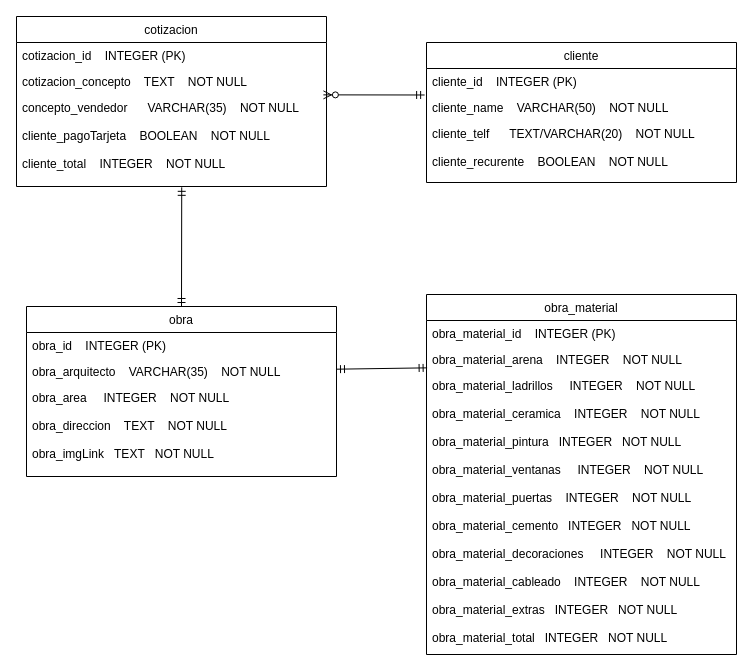
The draw.io diagram diagramas/bd_co_arqui.drawio in JMaycol-Valencia/cotizacion_arquitecto, before the edit. Source tidied: cells renumbered, new cells numbered last; positions are measured from the earlier drawing's top-left corner, leaving out a move shared by most shapes. Both pictures are drawn from the tidied source at 100%, with x=0, y=0 at pixel (16, 16).
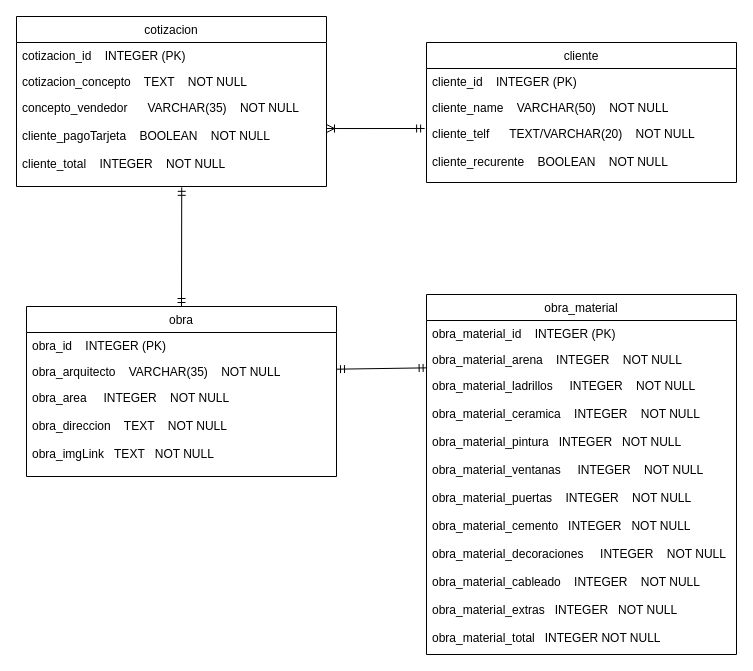
Above is the later version.

Commit message:
union_ramas

Unchanged cells that the change refers to:
```xml
<mxCell id="4" value="cliente_name    VARCHAR(50)    NOT NULL" style="text;strokeColor=none;fillColor=none;align=left;verticalAlign=top;spacingLeft=4;spacingRight=4;overflow=hidden;points=[[0,0.5],[1,0.5]];portConstraint=eastwest;" parent="2" vertex="1">
  <mxGeometry y="52" width="310" height="26" as="geometry" />
</mxCell>
<mxCell id="5" value="cliente_telf      TEXT/VARCHAR(20)    NOT NULL&#10;&#10;cliente_recurente    BOOLEAN    NOT NULL&#10;&#10;&#10;" style="text;strokeColor=none;fillColor=none;align=left;verticalAlign=top;spacingLeft=4;spacingRight=4;overflow=hidden;points=[[0,0.5],[1,0.5]];portConstraint=eastwest;" parent="2" vertex="1">
  <mxGeometry y="78" width="310" height="62" as="geometry" />
</mxCell>
<mxCell id="9" value="concepto_vendedor      VARCHAR(35)    NOT NULL&#10;&#10;cliente_pagoTarjeta    BOOLEAN    NOT NULL&#10;&#10;cliente_total    INTEGER    NOT NULL&#10;&#10;&#10;" style="text;strokeColor=none;fillColor=none;align=left;verticalAlign=top;spacingLeft=4;spacingRight=4;overflow=hidden;points=[[0,0.5],[1,0.5]];portConstraint=eastwest;" parent="6" vertex="1">
  <mxGeometry y="78" width="310" height="92" as="geometry" />
</mxCell>
<mxCell id="14" value="obra_material" style="swimlane;fontStyle=0;horizontal=1;startSize=26;fillColor=none;" parent="1" vertex="1">
  <mxGeometry x="410" y="278" width="310" height="360" as="geometry" />
</mxCell>
```

What changed in the source:
```diff
@@
-    <mxCell id="17" value="obra_material_ladrillos     INTEGER    NOT NULL&#10;&#10;obra_material_ceramica    INTEGER    NOT NULL&#10;&#10;obra_material_pintura   INTEGER   NOT NULL&#10;&#10;obra_material_ventanas     INTEGER    NOT NULL&#10;&#10;obra_material_puertas    INTEGER    NOT NULL&#10;&#10;obra_material_cemento   INTEGER   NOT NULL&#10;&#10;obra_material_decoraciones     INTEGER    NOT NULL&#10;&#10;obra_material_cableado    INTEGER    NOT NULL&#10;&#10;obra_material_extras   INTEGER   NOT NULL&#10;&#10;obra_material_total   INTEGER   NOT NULL&#10;&#10;&#10;&#10;&#10;&#10;" style="text;strokeColor=none;fillColor=none;align=left;verticalAlign=top;spacingLeft=4;spacingRight=4;overflow=hidden;" parent="14" vertex="1">
+    <mxCell id="17" value="obra_material_ladrillos     INTEGER    NOT NULL&#10;&#10;obra_material_ceramica    INTEGER    NOT NULL&#10;&#10;obra_material_pintura   INTEGER   NOT NULL&#10;&#10;obra_material_ventanas     INTEGER    NOT NULL&#10;&#10;obra_material_puertas    INTEGER    NOT NULL&#10;&#10;obra_material_cemento   INTEGER   NOT NULL&#10;&#10;obra_material_decoraciones     INTEGER    NOT NULL&#10;&#10;obra_material_cableado    INTEGER    NOT NULL&#10;&#10;obra_material_extras   INTEGER   NOT NULL&#10;&#10;obra_material_total   INTEGER NOT NULL&#10;&#10;&#10;&#10;&#10;&#10;" style="text;strokeColor=none;fillColor=none;align=left;verticalAlign=top;spacingLeft=4;spacingRight=4;overflow=hidden;" parent="14" vertex="1">
       <mxGeometry y="78" width="310" height="282" as="geometry" />
     </mxCell>
-    <mxCell id="18" style="fontSize=12;html=1;endArrow=ERzeroToMany;startArrow=ERmandOne;entryX=0.99;entryY=0.004;entryDx=0;entryDy=0;entryPerimeter=0;exitX=-0.006;exitY=0.019;exitDx=0;exitDy=0;exitPerimeter=0;" parent="1" edge="1" source="4" target="9">
-      <mxGeometry relative="1" as="geometry" />
-    </mxCell>
@@
+    <mxCell id="21" style="fontSize=12;html=1;endArrow=ERoneToMany;startArrow=ERmandOne;exitX=-0.006;exitY=0.129;exitDx=0;exitDy=0;entryX=1;entryY=0.37;entryDx=0;entryDy=0;entryPerimeter=0;exitPerimeter=0;" parent="1" edge="1" source="5" target="9">
+      <mxGeometry relative="1" as="geometry" />
+    </mxCell>
```
